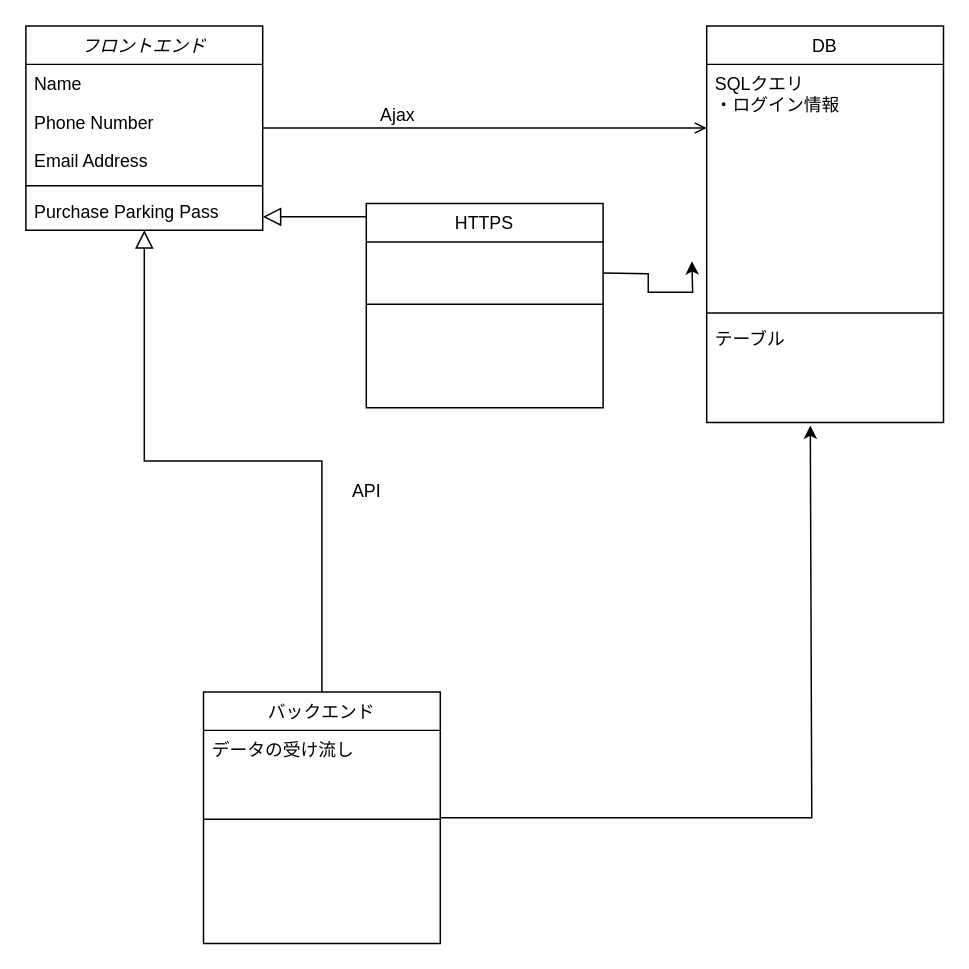
The draw.io diagram webアプリ設計.drawio in code-polaris044/mavs-task, before the edit. Source tidied: cells renumbered, new cells numbered last; positions are measured from the earlier drawing's top-left corner, leaving out a move shared by most shapes. Both pictures are drawn from the tidied source at 148%, with x=0, y=0 at pixel (25, 25).
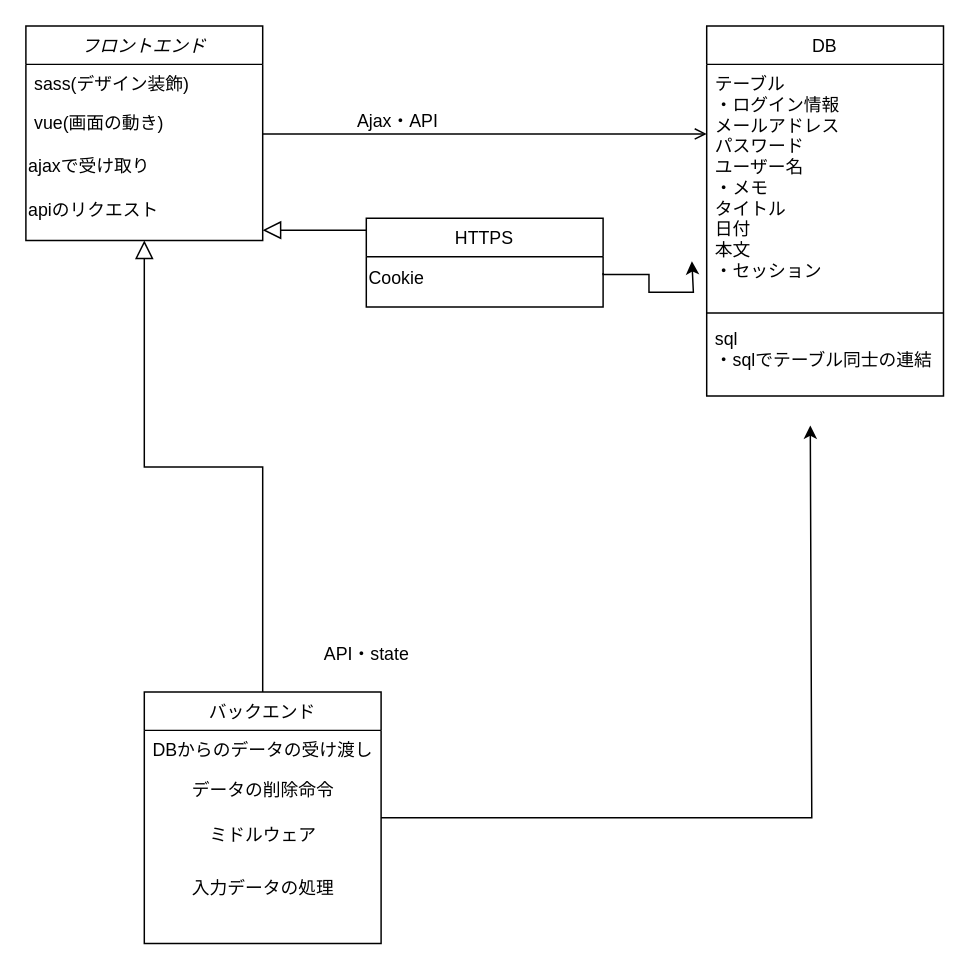
The same diagram, later.

Commit message (it also covers changes not shown here):
webアプリ設計.drawio を更新します

Unchanged cells that the change refers to:
```xml
<mxCell id="21" style="endArrow=open;shadow=0;strokeWidth=1;rounded=0;endFill=1;edgeStyle=elbowEdgeStyle;elbow=vertical;" parent="1" edge="1" source="2" target="17">
  <mxGeometry x="0.5" y="41" relative="1" as="geometry">
    <mxPoint x="-40" y="32" as="offset" />
  </mxGeometry>
</mxCell>
```

Diff of the diagram source:
```diff
@@
     <mxCell id="2" value="フロントエンド" style="swimlane;fontStyle=2;align=center;verticalAlign=top;horizontal=1;startSize=26;rounded=0;shadow=0;strokeWidth=1;" parent="1" vertex="1">
-      <mxGeometry width="160" height="138" as="geometry" />
+      <mxGeometry width="160" height="145" as="geometry" />
     </mxCell>
-    <mxCell id="3" value="Name" style="text;align=left;verticalAlign=top;spacingLeft=4;spacingRight=4;overflow=hidden;" parent="2" vertex="1">
+    <mxCell id="3" value="sass(デザイン装飾)" style="text;align=left;verticalAlign=top;spacingLeft=4;spacingRight=4;overflow=hidden;" parent="2" vertex="1">
       <mxGeometry y="26" width="160" height="26" as="geometry" />
     </mxCell>
-    <mxCell id="4" value="Phone Number" style="text;align=left;verticalAlign=top;spacingLeft=4;spacingRight=4;overflow=hidden;rounded=0;shadow=0;html=0;" parent="2" vertex="1">
-      <mxGeometry y="52" width="160" height="26" as="geometry" />
-    </mxCell>
-    <mxCell id="5" value="Email Address" style="text;align=left;verticalAlign=top;spacingLeft=4;spacingRight=4;overflow=hidden;rounded=0;shadow=0;html=0;" parent="2" vertex="1">
-      <mxGeometry y="78" width="160" height="26" as="geometry" />
+    <mxCell id="5" value="vue(画面の動き)" style="text;align=left;verticalAlign=top;spacingLeft=4;spacingRight=4;overflow=hidden;rounded=0;shadow=0;html=0;" parent="2" vertex="1">
+      <mxGeometry y="52" width="160" height="28" as="geometry" />
     </mxCell>
-    <mxCell id="6" style="line;html=1;strokeWidth=1;align=left;verticalAlign=middle;spacingTop=-1;spacingLeft=3;spacingRight=3;labelPosition=right;" parent="2" vertex="1">
-      <mxGeometry y="104" width="160" height="8" as="geometry" />
-    </mxCell>
-    <mxCell id="7" value="Purchase Parking Pass" style="text;align=left;verticalAlign=top;spacingLeft=4;spacingRight=4;overflow=hidden;" parent="2" vertex="1">
-      <mxGeometry y="112" width="160" height="26" as="geometry" />
-    </mxCell>
+    <mxCell id="25" value="ajaxで受け取り" style="text;html=1;align=left;verticalAlign=middle;strokeColor=none;fillColor=none;" parent="2" vertex="1">
+      <mxGeometry y="80" width="160" height="30" as="geometry" />
+    </mxCell>
+    <mxCell id="26" value="apiのリクエスト" style="text;html=1;align=left;verticalAlign=middle;strokeColor=none;fillColor=none;" parent="2" vertex="1">
+      <mxGeometry y="110" width="160" height="30" as="geometry" />
+    </mxCell>
     <mxCell id="8" value="HTTPS" style="swimlane;fontStyle=0;align=center;verticalAlign=top;horizontal=1;startSize=26;rounded=0;shadow=0;strokeWidth=1;" parent="1" vertex="1">
-      <mxGeometry x="230" y="120" width="160" height="138" as="geometry" />
+      <mxGeometry x="230" y="130" width="160" height="60" as="geometry" />
     </mxCell>
-    <mxCell id="9" style="edgeStyle=orthogonalEdgeStyle;rounded=0;orthogonalLoop=1;jettySize=auto;html=1;" parent="8" edge="1">
-      <mxGeometry relative="1" as="geometry">
-        <mxPoint x="160" y="47" as="sourcePoint" />
-        <mxPoint x="220" y="39" as="targetPoint" />
-      </mxGeometry>
-    </mxCell>
-    <mxCell id="10" style="line;html=1;strokeWidth=1;align=left;verticalAlign=middle;spacingTop=-1;spacingLeft=3;spacingRight=3;labelPosition=right;" parent="8" vertex="1">
-      <mxGeometry y="26" width="160" height="84" as="geometry" />
-    </mxCell>
+    <mxCell id="27" value="Cookie" style="text;html=1;align=left;verticalAlign=middle;strokeColor=none;fillColor=none;" parent="8" vertex="1">
+      <mxGeometry y="26" width="160" height="30" as="geometry" />
+    </mxCell>
@@
     <mxCell id="13" value="バックエンド" style="swimlane;fontStyle=0;align=center;verticalAlign=top;horizontal=1;startSize=26;rounded=0;shadow=0;strokeWidth=1;" parent="1" vertex="1">
-      <mxGeometry x="120" y="450" width="160" height="170" as="geometry" />
+      <mxGeometry x="80" y="450" width="160" height="170" as="geometry" />
     </mxCell>
-    <mxCell id="14" value="データの受け流し" style="text;align=left;verticalAlign=top;spacingLeft=4;spacingRight=4;overflow=hidden;" parent="13" vertex="1">
+    <mxCell id="14" value="DBからのデータの受け渡し" style="text;align=left;verticalAlign=top;spacingLeft=4;spacingRight=4;overflow=hidden;" parent="13" vertex="1">
       <mxGeometry y="26" width="160" height="26" as="geometry" />
     </mxCell>
-    <mxCell id="15" style="line;html=1;strokeWidth=1;align=left;verticalAlign=middle;spacingTop=-1;spacingLeft=3;spacingRight=3;labelPosition=right;" parent="13" vertex="1">
-      <mxGeometry y="52" width="160" height="68" as="geometry" />
-    </mxCell>
+    <mxCell id="28" value="データの削除命令" style="text;html=1;align=center;verticalAlign=middle;strokeColor=none;fillColor=none;" parent="13" vertex="1">
+      <mxGeometry y="52" width="160" height="30" as="geometry" />
+    </mxCell>
+    <mxCell id="29" value="ミドルウェア" style="text;html=1;align=center;verticalAlign=middle;strokeColor=none;fillColor=none;" parent="13" vertex="1">
+      <mxGeometry y="82" width="160" height="30" as="geometry" />
+    </mxCell>
-    <mxCell id="16" style="endArrow=block;endSize=10;endFill=0;shadow=0;strokeWidth=1;rounded=0;edgeStyle=elbowEdgeStyle;elbow=vertical;" parent="1" edge="1" source="13" target="2">
+    <mxCell id="16" style="endArrow=block;endSize=10;endFill=0;shadow=0;strokeWidth=1;rounded=0;edgeStyle=elbowEdgeStyle;elbow=vertical;entryX=0.5;entryY=1;entryDx=0;entryDy=0;" parent="1" edge="1" source="13" target="2">
       <mxGeometry relative="1" as="geometry" />
     </mxCell>
     <mxCell id="17" value="DB" style="swimlane;fontStyle=0;align=center;verticalAlign=top;horizontal=1;startSize=26;rounded=0;shadow=0;strokeWidth=1;" parent="1" vertex="1">
-      <mxGeometry x="460" width="160" height="268" as="geometry" />
+      <mxGeometry x="460" width="160" height="250" as="geometry" />
     </mxCell>
-    <mxCell id="18" value="SQLクエリ&#10;・ログイン情報&#10;" style="text;align=left;verticalAlign=top;spacingLeft=4;spacingRight=4;overflow=hidden;" parent="17" vertex="1">
+    <mxCell id="18" value="テーブル&#10;・ログイン情報&#10;メールアドレス&#10;パスワード&#10;ユーザー名&#10;・メモ&#10;タイトル&#10;日付&#10;本文&#10;・セッション&#10;&#10;" style="text;align=left;verticalAlign=top;spacingLeft=4;spacingRight=4;overflow=hidden;" parent="17" vertex="1">
       <mxGeometry y="26" width="160" height="164" as="geometry" />
     </mxCell>
@@
-    <mxCell id="20" value="テーブル" style="text;align=left;verticalAlign=top;spacingLeft=4;spacingRight=4;overflow=hidden;" parent="17" vertex="1">
-      <mxGeometry y="198" width="160" height="26" as="geometry" />
+    <mxCell id="20" value="sql&#10;・sqlでテーブル同士の連結" style="text;align=left;verticalAlign=top;spacingLeft=4;spacingRight=4;overflow=hidden;" parent="17" vertex="1">
+      <mxGeometry y="198" width="160" height="52" as="geometry" />
     </mxCell>
@@
-    <mxCell id="23" value="Ajax" style="text;html=1;align=center;verticalAlign=middle;labelBackgroundColor=none;rounded=0;shadow=0;strokeWidth=1;fontSize=12;" parent="21" vertex="1">
+    <mxCell id="23" value="Ajax・API" style="text;html=1;align=center;verticalAlign=middle;labelBackgroundColor=none;rounded=0;shadow=0;strokeWidth=1;fontSize=12;" parent="21" vertex="1">
       <mxGeometry x="0.5" y="49" relative="1" as="geometry">
         <mxPoint x="-135" y="40" as="offset" />
       </mxGeometry>
     </mxCell>
-    <mxCell id="24" value="API" style="text;html=1;align=center;verticalAlign=middle;strokeColor=none;fillColor=none;" parent="1" vertex="1">
-      <mxGeometry x="210" y="300" width="40" height="30" as="geometry" />
+    <mxCell id="24" value="API・state" style="text;html=1;align=center;verticalAlign=middle;strokeColor=none;fillColor=none;" parent="1" vertex="1">
+      <mxGeometry x="190" y="410" width="80" height="30" as="geometry" />
     </mxCell>
+    <mxCell id="9" style="edgeStyle=orthogonalEdgeStyle;rounded=0;orthogonalLoop=1;jettySize=auto;html=1;" parent="1" edge="1">
+      <mxGeometry relative="1" as="geometry">
+        <mxPoint x="390" y="167" as="sourcePoint" />
+        <mxPoint x="450" y="159" as="targetPoint" />
+        <Array as="points">
+          <mxPoint x="421" y="168" />
+          <mxPoint x="421" y="180" />
+          <mxPoint x="451" y="180" />
+          <mxPoint x="451" y="159" />
+        </Array>
+      </mxGeometry>
+    </mxCell>
+    <mxCell id="30" value="入力データの処理" style="text;html=1;align=center;verticalAlign=middle;strokeColor=none;fillColor=none;" parent="1" vertex="1">
+      <mxGeometry x="100" y="568" width="120" height="30" as="geometry" />
+    </mxCell>
```
